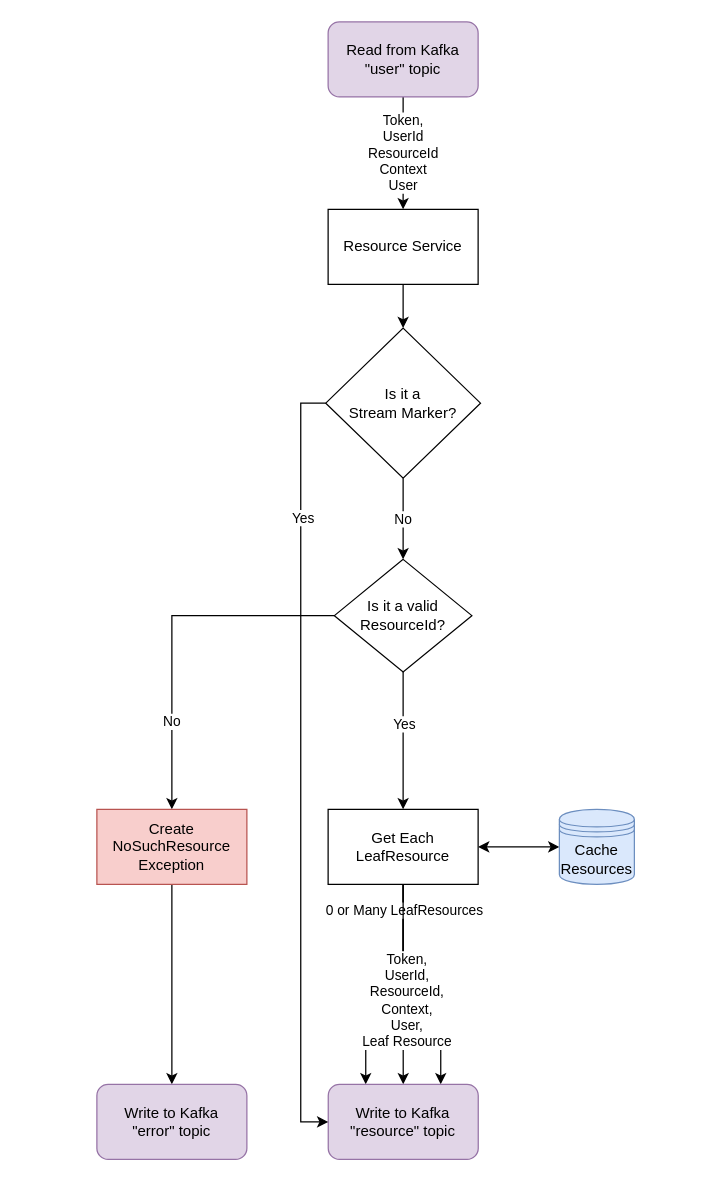
Before: resource-service/doc/resource-service.drawio in gchq/Palisade-services, a draw.io diagram. Source tidied: cells renumbered, new cells numbered last; positions are measured from the earlier drawing's top-left corner, leaving out a move shared by most shapes. Both pictures are drawn from the tidied source at 125%, with x=0, y=0 at pixel (96, 21).
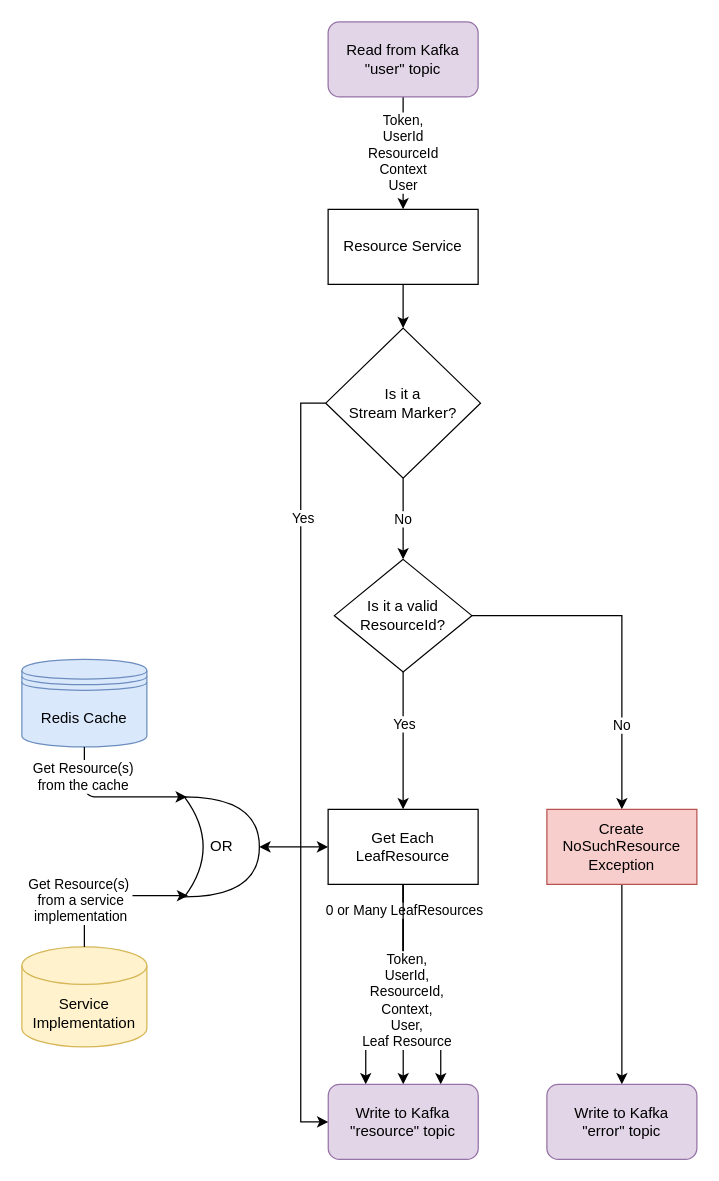
The same page after the edit.

Unchanged cells that the change refers to:
```xml
<mxCell id="10" value="Is it a valid ResourceId?" style="rhombus;whiteSpace=wrap;html=1;" parent="1" vertex="1">
  <mxGeometry x="190" y="430" width="110" height="90" as="geometry" />
</mxCell>
<mxCell id="16" value="Get Each LeafResource" style="rounded=0;whiteSpace=wrap;html=1;" parent="1" vertex="1">
  <mxGeometry x="185" y="630" width="120" height="60" as="geometry" />
</mxCell>
```

Change to the diagram source:
```diff
@@
-    <mxCell id="9" value="No" style="edgeStyle=orthogonalEdgeStyle;rounded=0;jettySize=auto;html=1;exitX=0;exitY=0.5;exitDx=0;exitDy=0;" parent="1" edge="1" source="10" target="12">
+    <mxCell id="9" value="No" style="edgeStyle=orthogonalEdgeStyle;rounded=0;jettySize=auto;html=1;exitX=1;exitY=0.5;exitDx=0;exitDy=0;" parent="1" edge="1" source="10" target="12">
       <mxGeometry x="0.51" relative="1" as="geometry" />
     </mxCell>
@@
     <mxCell id="12" value="Create NoSuchResource Exception" style="rounded=0;whiteSpace=wrap;html=1;fillColor=#f8cecc;strokeColor=#b85450;" parent="1" vertex="1">
-      <mxGeometry y="630" width="120" height="60" as="geometry" />
+      <mxGeometry x="360" y="630" width="120" height="60" as="geometry" />
     </mxCell>
@@
-    <mxCell id="15" style="edgeStyle=orthogonalEdgeStyle;rounded=0;jettySize=auto;html=1;exitX=1;exitY=0.5;exitDx=0;exitDy=0;entryX=0;entryY=0.5;entryDx=0;entryDy=0;startArrow=classic;startFill=1;" parent="1" edge="1" source="16" target="25">
+    <mxCell id="15" style="edgeStyle=orthogonalEdgeStyle;rounded=0;jettySize=auto;html=1;exitX=0;exitY=0.5;exitDx=0;exitDy=0;startArrow=classic;startFill=1;entryX=1;entryY=0.5;entryDx=0;entryDy=0;entryPerimeter=0;" parent="1" edge="1" source="16" target="26">
       <mxGeometry relative="1" as="geometry" />
     </mxCell>
@@
     <mxCell id="17" value="&lt;div&gt;&lt;span&gt;Write to Kafka&lt;/span&gt;&lt;/div&gt;&lt;div&gt;&lt;span&gt;&quot;error&quot; topic&lt;br&gt;&lt;/span&gt;&lt;/div&gt;" style="rounded=1;whiteSpace=wrap;html=1;fillColor=#e1d5e7;strokeColor=#9673a6;" parent="1" vertex="1">
-      <mxGeometry y="850" width="120" height="60" as="geometry" />
+      <mxGeometry x="360" y="850" width="120" height="60" as="geometry" />
     </mxCell>
@@
-    <mxCell id="25" value="&lt;div&gt;Cache&lt;/div&gt;&lt;div&gt;Resources&lt;br&gt;&lt;/div&gt;" style="shape=datastore;whiteSpace=wrap;html=1;fillColor=#dae8fc;strokeColor=#6c8ebf;" parent="1" vertex="1">
-      <mxGeometry x="370" y="630" width="60" height="60" as="geometry" />
+    <mxCell id="25" value="&lt;div&gt;Redis Cache&lt;/div&gt;" style="shape=datastore;whiteSpace=wrap;html=1;fillColor=#dae8fc;strokeColor=#6c8ebf;" parent="1" vertex="1">
+      <mxGeometry x="-60" y="510" width="100" height="70" as="geometry" />
     </mxCell>
+    <mxCell id="26" value="OR" style="shape=xor;whiteSpace=wrap;html=1;" parent="1" vertex="1">
+      <mxGeometry x="70" y="620" width="60" height="80" as="geometry" />
+    </mxCell>
+    <mxCell id="27" style="endArrow=classic;html=1;exitX=0.5;exitY=1;exitDx=0;exitDy=0;entryX=0.033;entryY=0;entryDx=0;entryDy=0;entryPerimeter=0;" parent="1" edge="1" source="25" target="26">
+      <mxGeometry relative="1" as="geometry">
+        <Array as="points">
+          <mxPoint x="-10" y="620" />
+        </Array>
+      </mxGeometry>
+    </mxCell>
+    <mxCell id="28" value="Get Resource(s)&lt;br&gt;from the cache" style="edgeLabel;html=1;align=center;verticalAlign=middle;" parent="27" vertex="1">
+      <mxGeometry x="-0.62" y="-2" relative="1" as="geometry" />
+    </mxCell>
+    <mxCell id="29" value="Service Implementation" style="shape=cylinder3;whiteSpace=wrap;html=1;boundedLbl=1;backgroundOutline=1;size=15;fillColor=#fff2cc;strokeColor=#d6b656;" parent="1" vertex="1">
+      <mxGeometry x="-60" y="740" width="100" height="80" as="geometry" />
+    </mxCell>
+    <mxCell id="30" style="endArrow=classic;html=1;exitX=0.5;exitY=0;exitDx=0;exitDy=0;exitPerimeter=0;entryX=0.05;entryY=0.988;entryDx=0;entryDy=0;entryPerimeter=0;" parent="1" edge="1" source="29" target="26">
+      <mxGeometry relative="1" as="geometry">
+        <Array as="points">
+          <mxPoint x="-10" y="699" />
+        </Array>
+      </mxGeometry>
+    </mxCell>
+    <mxCell id="31" value="&lt;div&gt;Get Resource(s)&amp;nbsp;&lt;/div&gt;&lt;div&gt;from a service&lt;/div&gt;&lt;div&gt;implementation&lt;/div&gt;" style="edgeLabel;html=1;align=center;verticalAlign=middle;" parent="30" vertex="1">
+      <mxGeometry x="-0.63" y="4" relative="1" as="geometry">
+        <mxPoint y="-15" as="offset" />
+      </mxGeometry>
+    </mxCell>
```
